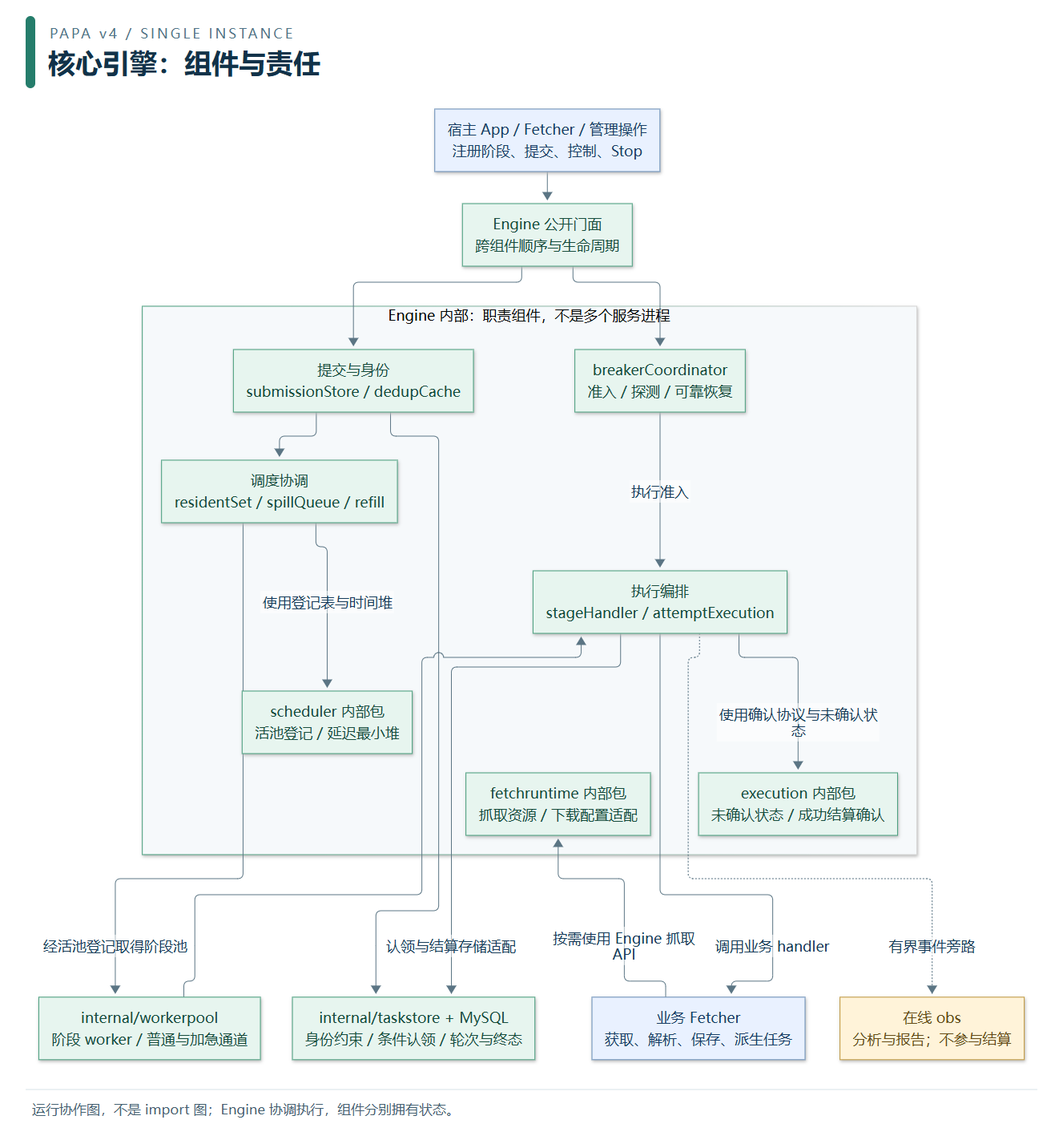
Above: docs/assets/diagrams/07-engine-components.png in ydtg1993/papa (Mermaid), before the change. Its source is kept beside it as docs/assets/diagrams/07-engine-components.mmd. The source it was exported from:
```mermaid
flowchart TB
    H["宿主 App / Fetcher / 管理操作<br/>注册阶段、提交、控制、Stop"] --> E["Engine 公开门面<br/>跨组件顺序与生命周期"]
    subgraph CORE["Engine 内部：职责组件，不是多个服务进程"]
      S["提交与身份<br/>submissionStore / dedupCache"]
      Q["调度协调<br/>residentSet / spillQueue / refill"]
      D["scheduler 内部包<br/>活池登记 / 延迟最小堆"]
      X["执行编排<br/>stageHandler / attemptExecution"]
      P["execution 内部包<br/>未确认状态 / 成功结算确认"]
      B["breakerCoordinator<br/>准入 / 探测 / 可靠恢复"]
      F["fetchruntime 内部包<br/>抓取资源 / 下载配置适配"]
    end
    E --> S --> Q
    Q -->|使用登记表与时间堆| D
    Q -->|经活池登记取得阶段池| W["internal/workerpool<br/>阶段 worker / 普通与加急通道"] --> X
    B -->|执行准入| X
    E --> B
    X -->|使用确认协议与未确认状态| P
    X -->|调用业务 handler| U["业务 Fetcher<br/>获取、解析、保存、派生任务"]
    U -->|按需使用 Engine 抓取 API| F
    S --> T["internal/taskstore + MySQL<br/>身份约束 / 条件认领 / 轮次与终态"]
    X -->|认领与结算存储适配| T
    X -.->|有界事件旁路| O["在线 obs<br/>分析与报告；不参与结算"]
    classDef runtime fill:#e7f5ef,color:#174c3c,stroke:#449c7a;
    classDef business fill:#e9f1ff,color:#193e66,stroke:#658bb5;
    classDef observe fill:#fff3d9,color:#634a15,stroke:#bf963b;
    class E,S,Q,D,X,P,B,F,W,T runtime;
    class H,U business;
    class O observe;
```
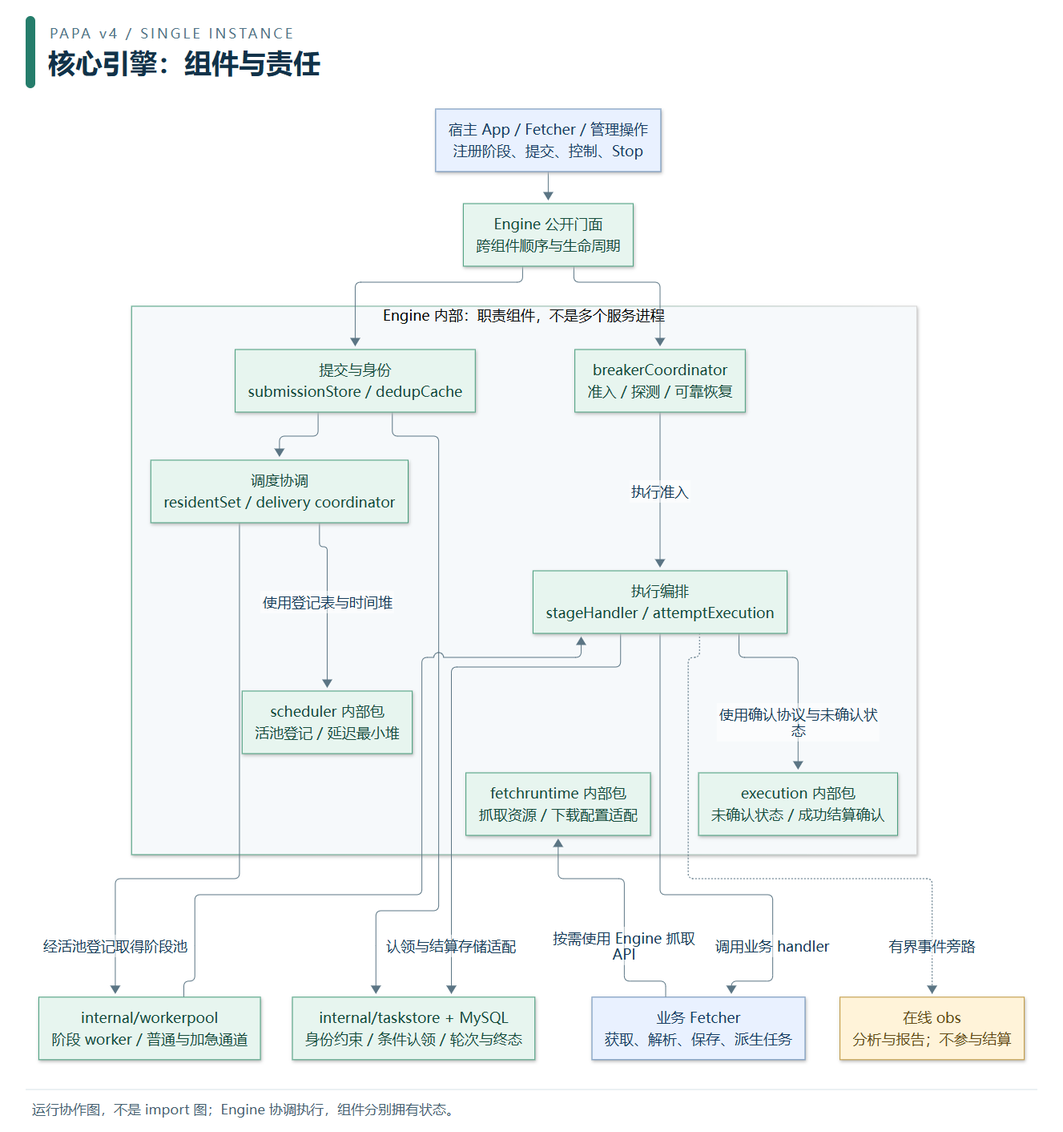
Later version of the same file.

Change to the diagram source:
```diff
@@ -2,7 +2,7 @@
     H["宿主 App / Fetcher / 管理操作<br/>注册阶段、提交、控制、Stop"] --> E["Engine 公开门面<br/>跨组件顺序与生命周期"]
     subgraph CORE["Engine 内部：职责组件，不是多个服务进程"]
       S["提交与身份<br/>submissionStore / dedupCache"]
-      Q["调度协调<br/>residentSet / spillQueue / refill"]
+      Q["调度协调<br/>residentSet / delivery coordinator"]
       D["scheduler 内部包<br/>活池登记 / 延迟最小堆"]
       X["执行编排<br/>stageHandler / attemptExecution"]
       P["execution 内部包<br/>未确认状态 / 成功结算确认"]
```
